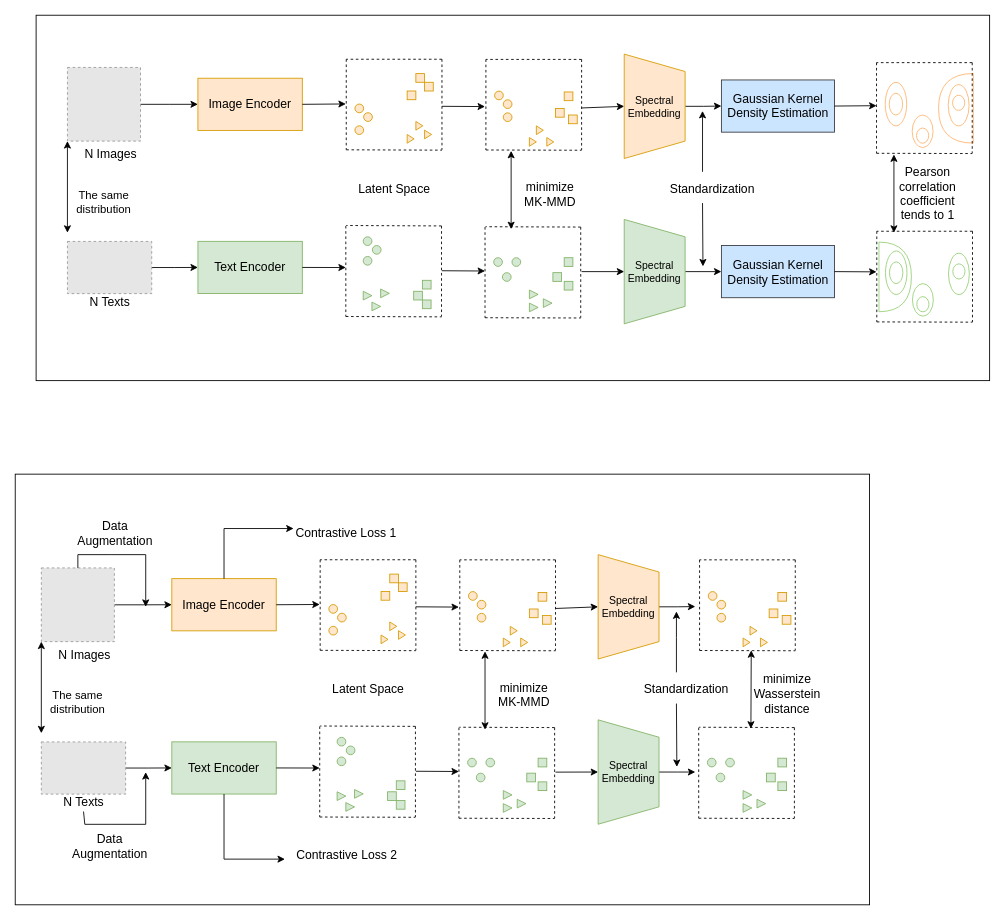
Earlier version of the draw.io diagram new_method_for_stan.drawio (cauchy-max/my-room). Source tidied: cells renumbered, new cells numbered last; positions are measured from the earlier drawing's top-left corner, leaving out a move shared by most shapes. Both pictures are drawn from the tidied source at 87%, with x=0, y=0 at pixel (15, 15). Pictures stored in the file or linked from it are replaced by grey dashed boxes.
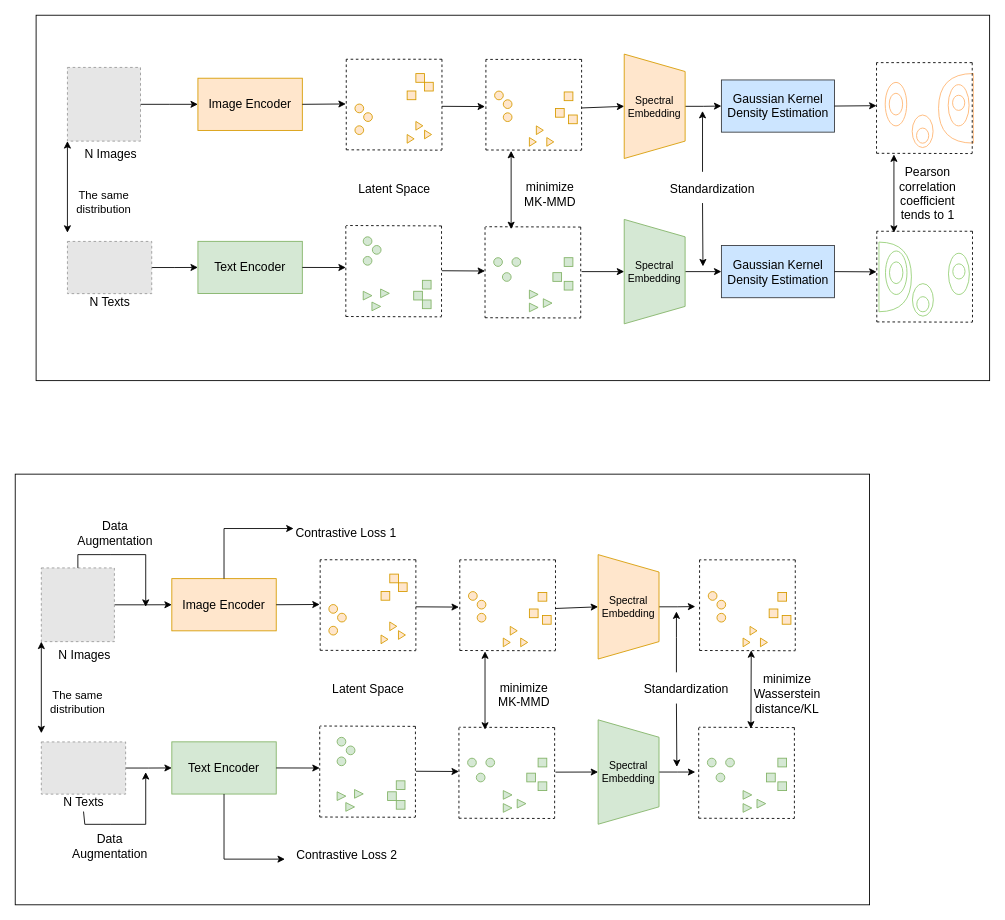
The same page after the edit.

Change to the diagram source:
```diff
@@
-    <mxCell id="215" value="&lt;font style=&quot;font-size: 14px;&quot;&gt;minimize&lt;br&gt;Wasserstein &lt;br&gt;distance&lt;/font&gt;" style="text;html=1;align=center;verticalAlign=middle;strokeColor=none;fillColor=none;" parent="1" vertex="1">
+    <mxCell id="215" value="&lt;font style=&quot;font-size: 14px;&quot;&gt;minimize&lt;br&gt;Wasserstein &lt;br&gt;distance/KL&lt;/font&gt;" style="text;html=1;align=center;verticalAlign=middle;strokeColor=none;fillColor=none;" parent="1" vertex="1">
       <mxGeometry x="836.6" y="749.9" width="100" height="60" as="geometry" />
     </mxCell>
```
